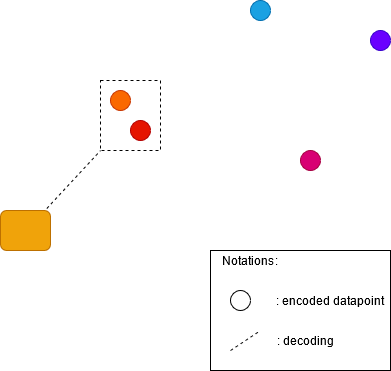
Above: images/irregular-latent.png in chickenfingerwu/thesis (draw.io), before the change. Source tidied: cells renumbered, new cells last; positions are measured from the earlier drawing's top-left corner, leaving out a move shared by most shapes. The source it was exported from:
```xml
<mxGraphModel>
  <root>
    <mxCell id="0" />
    <mxCell id="1" parent="0" />
    <mxCell id="2" style="rounded=0;whiteSpace=wrap;html=1;" parent="1" vertex="1">
      <mxGeometry x="210" y="250" width="180" height="120" as="geometry" />
    </mxCell>
    <mxCell id="3" style="rounded=0;whiteSpace=wrap;html=1;dashed=1;" parent="1" vertex="1">
      <mxGeometry x="100" y="80" width="60" height="70" as="geometry" />
    </mxCell>
    <mxCell id="4" style="ellipse;whiteSpace=wrap;html=1;fillColor=#fa6800;strokeColor=#C73500;fontColor=#000000;" parent="1" vertex="1">
      <mxGeometry x="110" y="90" width="20" height="20" as="geometry" />
    </mxCell>
    <mxCell id="5" style="ellipse;whiteSpace=wrap;html=1;fillColor=#d80073;strokeColor=#A50040;fontColor=#ffffff;" parent="1" vertex="1">
      <mxGeometry x="300" y="150" width="20" height="20" as="geometry" />
    </mxCell>
    <mxCell id="6" style="ellipse;whiteSpace=wrap;html=1;fillColor=#6a00ff;strokeColor=#3700CC;fontColor=#ffffff;" parent="1" vertex="1">
      <mxGeometry x="370" y="30" width="20" height="20" as="geometry" />
    </mxCell>
    <mxCell id="7" style="ellipse;whiteSpace=wrap;html=1;fillColor=#1ba1e2;strokeColor=#006EAF;fontColor=#ffffff;" parent="1" vertex="1">
      <mxGeometry x="250" width="20" height="20" as="geometry" />
    </mxCell>
    <mxCell id="8" style="ellipse;whiteSpace=wrap;html=1;fillColor=#e51400;strokeColor=#B20000;fontColor=#ffffff;" parent="1" vertex="1">
      <mxGeometry x="130" y="120" width="20" height="20" as="geometry" />
    </mxCell>
    <mxCell id="9" style="endArrow=none;dashed=1;html=1;entryX=0;entryY=1;entryDx=0;entryDy=0;exitX=0.925;exitY=-0.05;exitDx=0;exitDy=0;exitPerimeter=0;" parent="1" edge="1" source="10" target="3">
      <mxGeometry relative="1" as="geometry" />
    </mxCell>
    <mxCell id="10" style="rounded=1;whiteSpace=wrap;html=1;fillColor=#f0a30a;strokeColor=#BD7000;fontColor=#000000;" parent="1" vertex="1">
      <mxGeometry y="210" width="50" height="40" as="geometry" />
    </mxCell>
    <mxCell id="11" value="Notations:" style="text;html=1;strokeColor=none;fillColor=none;align=center;verticalAlign=middle;whiteSpace=wrap;rounded=0;" parent="1" vertex="1">
      <mxGeometry x="230" y="250" width="40" height="20" as="geometry" />
    </mxCell>
    <mxCell id="12" style="ellipse;whiteSpace=wrap;html=1;" parent="1" vertex="1">
      <mxGeometry x="230" y="290" width="20" height="20" as="geometry" />
    </mxCell>
    <mxCell id="13" value=": decoding" style="text;html=1;strokeColor=none;fillColor=none;align=center;verticalAlign=middle;whiteSpace=wrap;rounded=0;" parent="1" vertex="1">
      <mxGeometry x="261" y="330" width="89" height="20" as="geometry" />
    </mxCell>
    <mxCell id="14" style="endArrow=none;dashed=1;html=1;" parent="1" edge="1">
      <mxGeometry relative="1" as="geometry">
        <mxPoint x="230" y="350" as="sourcePoint" />
        <mxPoint x="260" y="330" as="targetPoint" />
      </mxGeometry>
    </mxCell>
    <mxCell id="15" value=": encoded datapoint" style="text;html=1;strokeColor=none;fillColor=none;align=center;verticalAlign=middle;whiteSpace=wrap;rounded=0;" parent="1" vertex="1">
      <mxGeometry x="270" y="290" width="120" height="20" as="geometry" />
    </mxCell>
  </root>
</mxGraphModel>
```
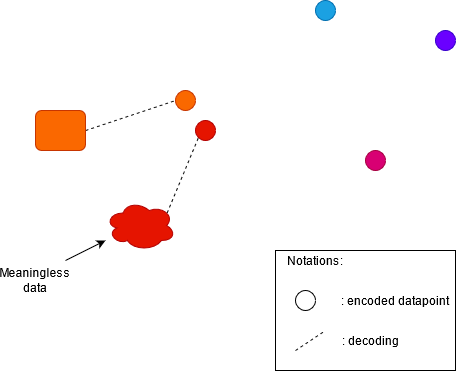
The same diagram one commit later.

Diff of the diagram source:
```diff
@@ -5,9 +5,6 @@
     <mxCell id="2" style="rounded=0;whiteSpace=wrap;html=1;" parent="1" vertex="1">
       <mxGeometry x="210" y="250" width="180" height="120" as="geometry" />
     </mxCell>
-    <mxCell id="3" style="rounded=0;whiteSpace=wrap;html=1;dashed=1;" parent="1" vertex="1">
-      <mxGeometry x="100" y="80" width="60" height="70" as="geometry" />
-    </mxCell>
     <mxCell id="4" style="ellipse;whiteSpace=wrap;html=1;fillColor=#fa6800;strokeColor=#C73500;fontColor=#000000;" parent="1" vertex="1">
       <mxGeometry x="110" y="90" width="20" height="20" as="geometry" />
     </mxCell>
@@ -23,11 +20,11 @@
     <mxCell id="8" style="ellipse;whiteSpace=wrap;html=1;fillColor=#e51400;strokeColor=#B20000;fontColor=#ffffff;" parent="1" vertex="1">
       <mxGeometry x="130" y="120" width="20" height="20" as="geometry" />
     </mxCell>
-    <mxCell id="9" style="endArrow=none;dashed=1;html=1;entryX=0;entryY=1;entryDx=0;entryDy=0;exitX=0.925;exitY=-0.05;exitDx=0;exitDy=0;exitPerimeter=0;" parent="1" edge="1" source="10" target="3">
+    <mxCell id="9" style="endArrow=none;dashed=1;html=1;entryX=0;entryY=0.5;entryDx=0;entryDy=0;exitX=1;exitY=0.5;exitDx=0;exitDy=0;" parent="1" edge="1" source="10" target="4">
       <mxGeometry relative="1" as="geometry" />
     </mxCell>
-    <mxCell id="10" style="rounded=1;whiteSpace=wrap;html=1;fillColor=#f0a30a;strokeColor=#BD7000;fontColor=#000000;" parent="1" vertex="1">
-      <mxGeometry y="210" width="50" height="40" as="geometry" />
+    <mxCell id="10" style="rounded=1;whiteSpace=wrap;html=1;fillColor=#fa6800;strokeColor=#C73500;fontColor=#000000;" parent="1" vertex="1">
+      <mxGeometry x="-30" y="110" width="50" height="40" as="geometry" />
     </mxCell>
     <mxCell id="11" value="Notations:" style="text;html=1;strokeColor=none;fillColor=none;align=center;verticalAlign=middle;whiteSpace=wrap;rounded=0;" parent="1" vertex="1">
       <mxGeometry x="230" y="250" width="40" height="20" as="geometry" />
@@ -47,5 +44,20 @@
     <mxCell id="15" value=": encoded datapoint" style="text;html=1;strokeColor=none;fillColor=none;align=center;verticalAlign=middle;whiteSpace=wrap;rounded=0;" parent="1" vertex="1">
       <mxGeometry x="270" y="290" width="120" height="20" as="geometry" />
     </mxCell>
+    <mxCell id="16" style="ellipse;shape=cloud;whiteSpace=wrap;html=1;fillColor=#e51400;strokeColor=#B20000;fontColor=#ffffff;" parent="1" vertex="1">
+      <mxGeometry x="40" y="200" width="70" height="50" as="geometry" />
+    </mxCell>
+    <mxCell id="17" style="endArrow=none;dashed=1;html=1;exitX=0.88;exitY=0.25;exitDx=0;exitDy=0;exitPerimeter=0;entryX=0;entryY=1;entryDx=0;entryDy=0;" parent="1" edge="1" source="16" target="8">
+      <mxGeometry relative="1" as="geometry" />
+    </mxCell>
+    <mxCell id="18" value="Meaningless data" style="text;html=1;strokeColor=none;fillColor=none;align=center;verticalAlign=middle;whiteSpace=wrap;rounded=0;" parent="1" vertex="1">
+      <mxGeometry x="-50" y="270" width="40" height="20" as="geometry" />
+    </mxCell>
+    <mxCell id="19" style="endArrow=classic;html=1;" parent="1" edge="1">
+      <mxGeometry relative="1" as="geometry">
+        <mxPoint y="260" as="sourcePoint" />
+        <mxPoint x="40" y="240" as="targetPoint" />
+      </mxGeometry>
+    </mxCell>
   </root>
 </mxGraphModel>
```
